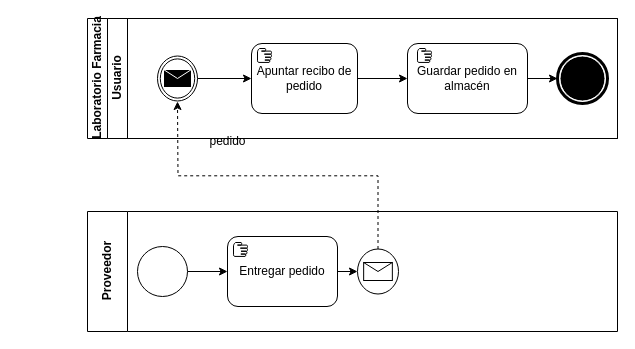
The draw.io diagram 3 Descripción de la situación actual/3.2 Modelos de procesos de negocios actuales/RecibirPedidoBPMN-Actual.drawio in Franbr31/IR-project, before the edit. Source tidied: cells renumbered, new cells numbered last; positions are measured from the earlier drawing's top-left corner, leaving out a move shared by most shapes. Both pictures are drawn from the tidied source at 100%, with x=0, y=0 at pixel (87, 18).
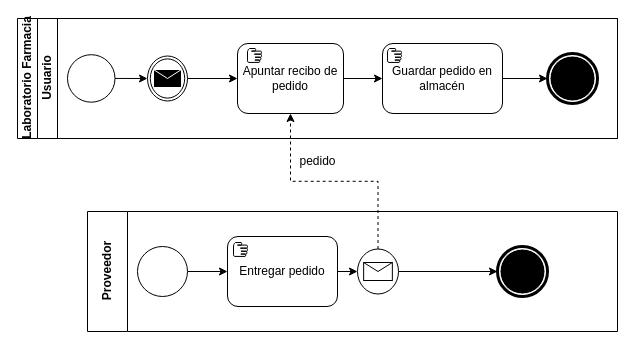
The same diagram, later.

The change refers to these unchanged cells:
```xml
<mxCell id="13" value="Proveedor" style="swimlane;html=1;startSize=40;horizontal=0;" parent="1" vertex="1">
  <mxGeometry y="193" width="530" height="120" as="geometry" />
</mxCell>
<mxCell id="19" style="shape=mxgraph.bpmn.shape;html=1;verticalLabelPosition=bottom;labelBackgroundColor=#ffffff;verticalAlign=top;align=center;perimeter=ellipsePerimeter;outlineConnect=0;outline=standard;symbol=message;" parent="13" vertex="1">
  <mxGeometry x="270" y="37.5" width="41" height="45" as="geometry" />
</mxCell>
```

Change to the diagram source:
```diff
@@
     <mxCell id="2" value="Laboratorio Farmacia" style="swimlane;html=1;horizontal=0;startSize=20;" parent="1" vertex="1">
-      <mxGeometry width="530" height="120" as="geometry" />
+      <mxGeometry x="-70" width="600" height="120" as="geometry" />
     </mxCell>
     <mxCell id="3" value="Usuario" style="swimlane;html=1;startSize=20;horizontal=0;" parent="2" vertex="1">
-      <mxGeometry x="20" width="510" height="120" as="geometry" />
+      <mxGeometry x="20" width="580" height="120" as="geometry" />
     </mxCell>
     <mxCell id="4" style="shape=mxgraph.bpmn.shape;html=1;verticalLabelPosition=bottom;labelBackgroundColor=#ffffff;verticalAlign=top;align=center;perimeter=ellipsePerimeter;outlineConnect=0;outline=throwing;symbol=message;" parent="3" vertex="1">
-      <mxGeometry x="50" y="37.5" width="40" height="45" as="geometry" />
+      <mxGeometry x="110" y="37.5" width="40" height="45" as="geometry" />
     </mxCell>
     <mxCell id="5" value="Apuntar recibo de pedido" style="shape=ext;rounded=1;html=1;whiteSpace=wrap;" parent="3" vertex="1">
-      <mxGeometry x="144" y="25" width="106" height="70" as="geometry" />
+      <mxGeometry x="200" y="25" width="106" height="70" as="geometry" />
     </mxCell>
@@
-    <mxCell id="7" style="edgeStyle=orthogonalEdgeStyle;rounded=0;jettySize=auto;html=1;" parent="3" edge="1" source="8" target="11">
+    <mxCell id="7" style="edgeStyle=orthogonalEdgeStyle;rounded=0;jettySize=auto;html=1;exitX=1;exitY=0.5;exitDx=0;exitDy=0;" parent="3" edge="1" source="8" target="11">
       <mxGeometry relative="1" as="geometry" />
     </mxCell>
     <mxCell id="8" value="Guardar pedido en almacén" style="shape=ext;rounded=1;html=1;whiteSpace=wrap;" parent="3" vertex="1">
-      <mxGeometry x="300" y="25" width="120" height="70" as="geometry" />
+      <mxGeometry x="345" y="25" width="120" height="70" as="geometry" />
     </mxCell>
-    <mxCell id="9" style="edgeStyle=orthogonalEdgeStyle;rounded=0;jettySize=auto;html=1;entryX=0;entryY=0.5;entryDx=0;entryDy=0;" parent="3" edge="1" source="5" target="8">
+    <mxCell id="9" style="edgeStyle=orthogonalEdgeStyle;rounded=0;jettySize=auto;html=1;exitX=1;exitY=0.5;exitDx=0;exitDy=0;entryX=0;entryY=0.5;entryDx=0;entryDy=0;" parent="3" edge="1" source="5" target="8">
       <mxGeometry relative="1" as="geometry" />
     </mxCell>
     <mxCell id="10" style="shape=mxgraph.bpmn.manual_task;html=1;" parent="3" vertex="1">
-      <mxGeometry x="150" y="30" width="14" height="14" as="geometry" />
+      <mxGeometry x="210" y="30" width="14" height="14" as="geometry" />
     </mxCell>
     <mxCell id="11" style="shape=mxgraph.bpmn.shape;html=1;verticalLabelPosition=bottom;labelBackgroundColor=#ffffff;verticalAlign=top;align=center;perimeter=ellipsePerimeter;outlineConnect=0;outline=end;symbol=terminate;" parent="3" vertex="1">
-      <mxGeometry x="450" y="35" width="50" height="50" as="geometry" />
+      <mxGeometry x="510" y="35" width="50" height="50" as="geometry" />
     </mxCell>
     <mxCell id="12" style="shape=mxgraph.bpmn.manual_task;html=1;" parent="3" vertex="1">
-      <mxGeometry x="310" y="30" width="14" height="14" as="geometry" />
+      <mxGeometry x="350" y="30" width="14" height="14" as="geometry" />
     </mxCell>
+    <mxCell id="22" style="edgeStyle=orthogonalEdgeStyle;rounded=0;jettySize=auto;html=1;exitX=1;exitY=0.5;exitDx=0;exitDy=0;entryX=0;entryY=0.5;entryDx=0;entryDy=0;" parent="3" edge="1" source="23" target="4">
+      <mxGeometry relative="1" as="geometry" />
+    </mxCell>
+    <mxCell id="23" style="ellipse;whiteSpace=wrap;html=1;" parent="3" vertex="1">
+      <mxGeometry x="30" y="36.2" width="47.5" height="47.5" as="geometry" />
+    </mxCell>
@@
+    <mxCell id="24" style="edgeStyle=orthogonalEdgeStyle;rounded=0;jettySize=auto;html=1;exitX=1;exitY=0.5;exitDx=0;exitDy=0;entryX=0;entryY=0.5;entryDx=0;entryDy=0;" parent="13" edge="1" source="19" target="25">
+      <mxGeometry relative="1" as="geometry" />
+    </mxCell>
@@
+    <mxCell id="25" style="shape=mxgraph.bpmn.shape;html=1;verticalLabelPosition=bottom;labelBackgroundColor=#ffffff;verticalAlign=top;align=center;perimeter=ellipsePerimeter;outlineConnect=0;outline=end;symbol=terminate;" parent="13" vertex="1">
+      <mxGeometry x="410" y="35" width="50" height="50" as="geometry" />
+    </mxCell>
-    <mxCell id="20" style="edgeStyle=orthogonalEdgeStyle;rounded=0;jettySize=auto;html=1;exitX=0.5;exitY=0;exitDx=0;exitDy=0;dashed=1;" parent="1" edge="1" source="19">
-      <mxGeometry relative="1" as="geometry">
-        <mxPoint x="90" y="83" as="targetPoint" />
-      </mxGeometry>
+    <mxCell id="20" style="edgeStyle=orthogonalEdgeStyle;rounded=0;jettySize=auto;html=1;exitX=0.5;exitY=0;exitDx=0;exitDy=0;dashed=1;entryX=0.5;entryY=1;entryDx=0;entryDy=0;" parent="1" edge="1" source="19" target="5">
+      <mxGeometry relative="1" as="geometry" />
     </mxCell>
     <mxCell id="21" value="pedido" style="text;html=1;align=center;verticalAlign=middle;" parent="1" vertex="1">
-      <mxGeometry x="115" y="113" width="50" height="20" as="geometry" />
+      <mxGeometry x="205" y="133" width="50" height="20" as="geometry" />
     </mxCell>
```
